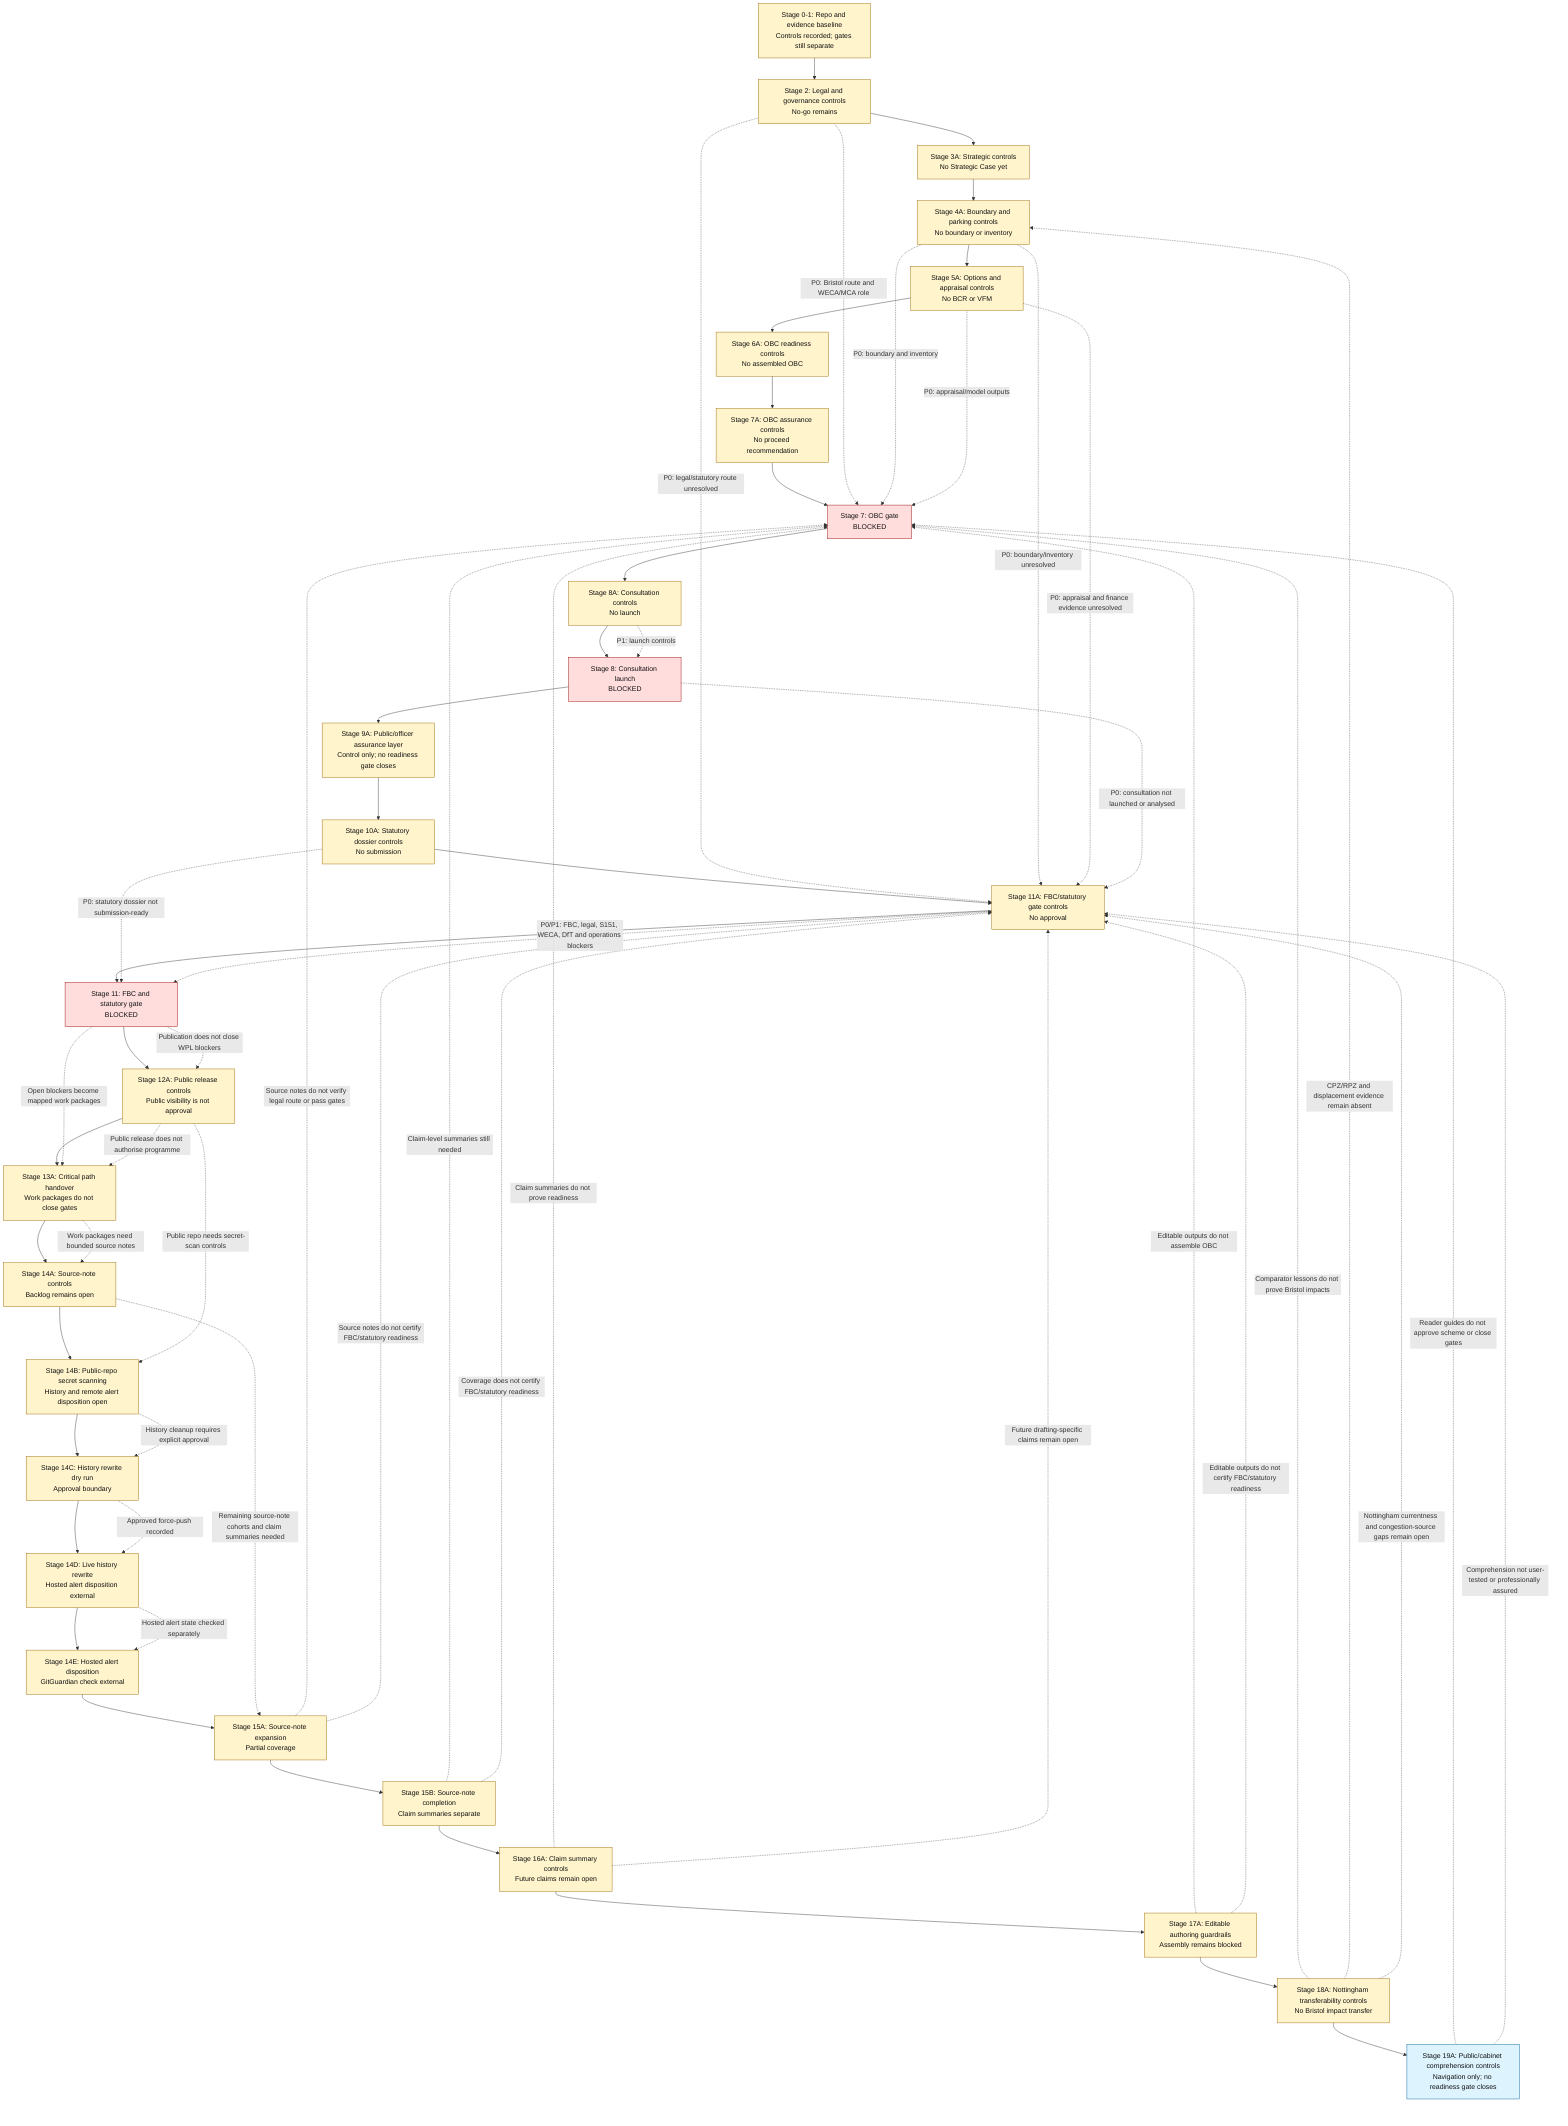
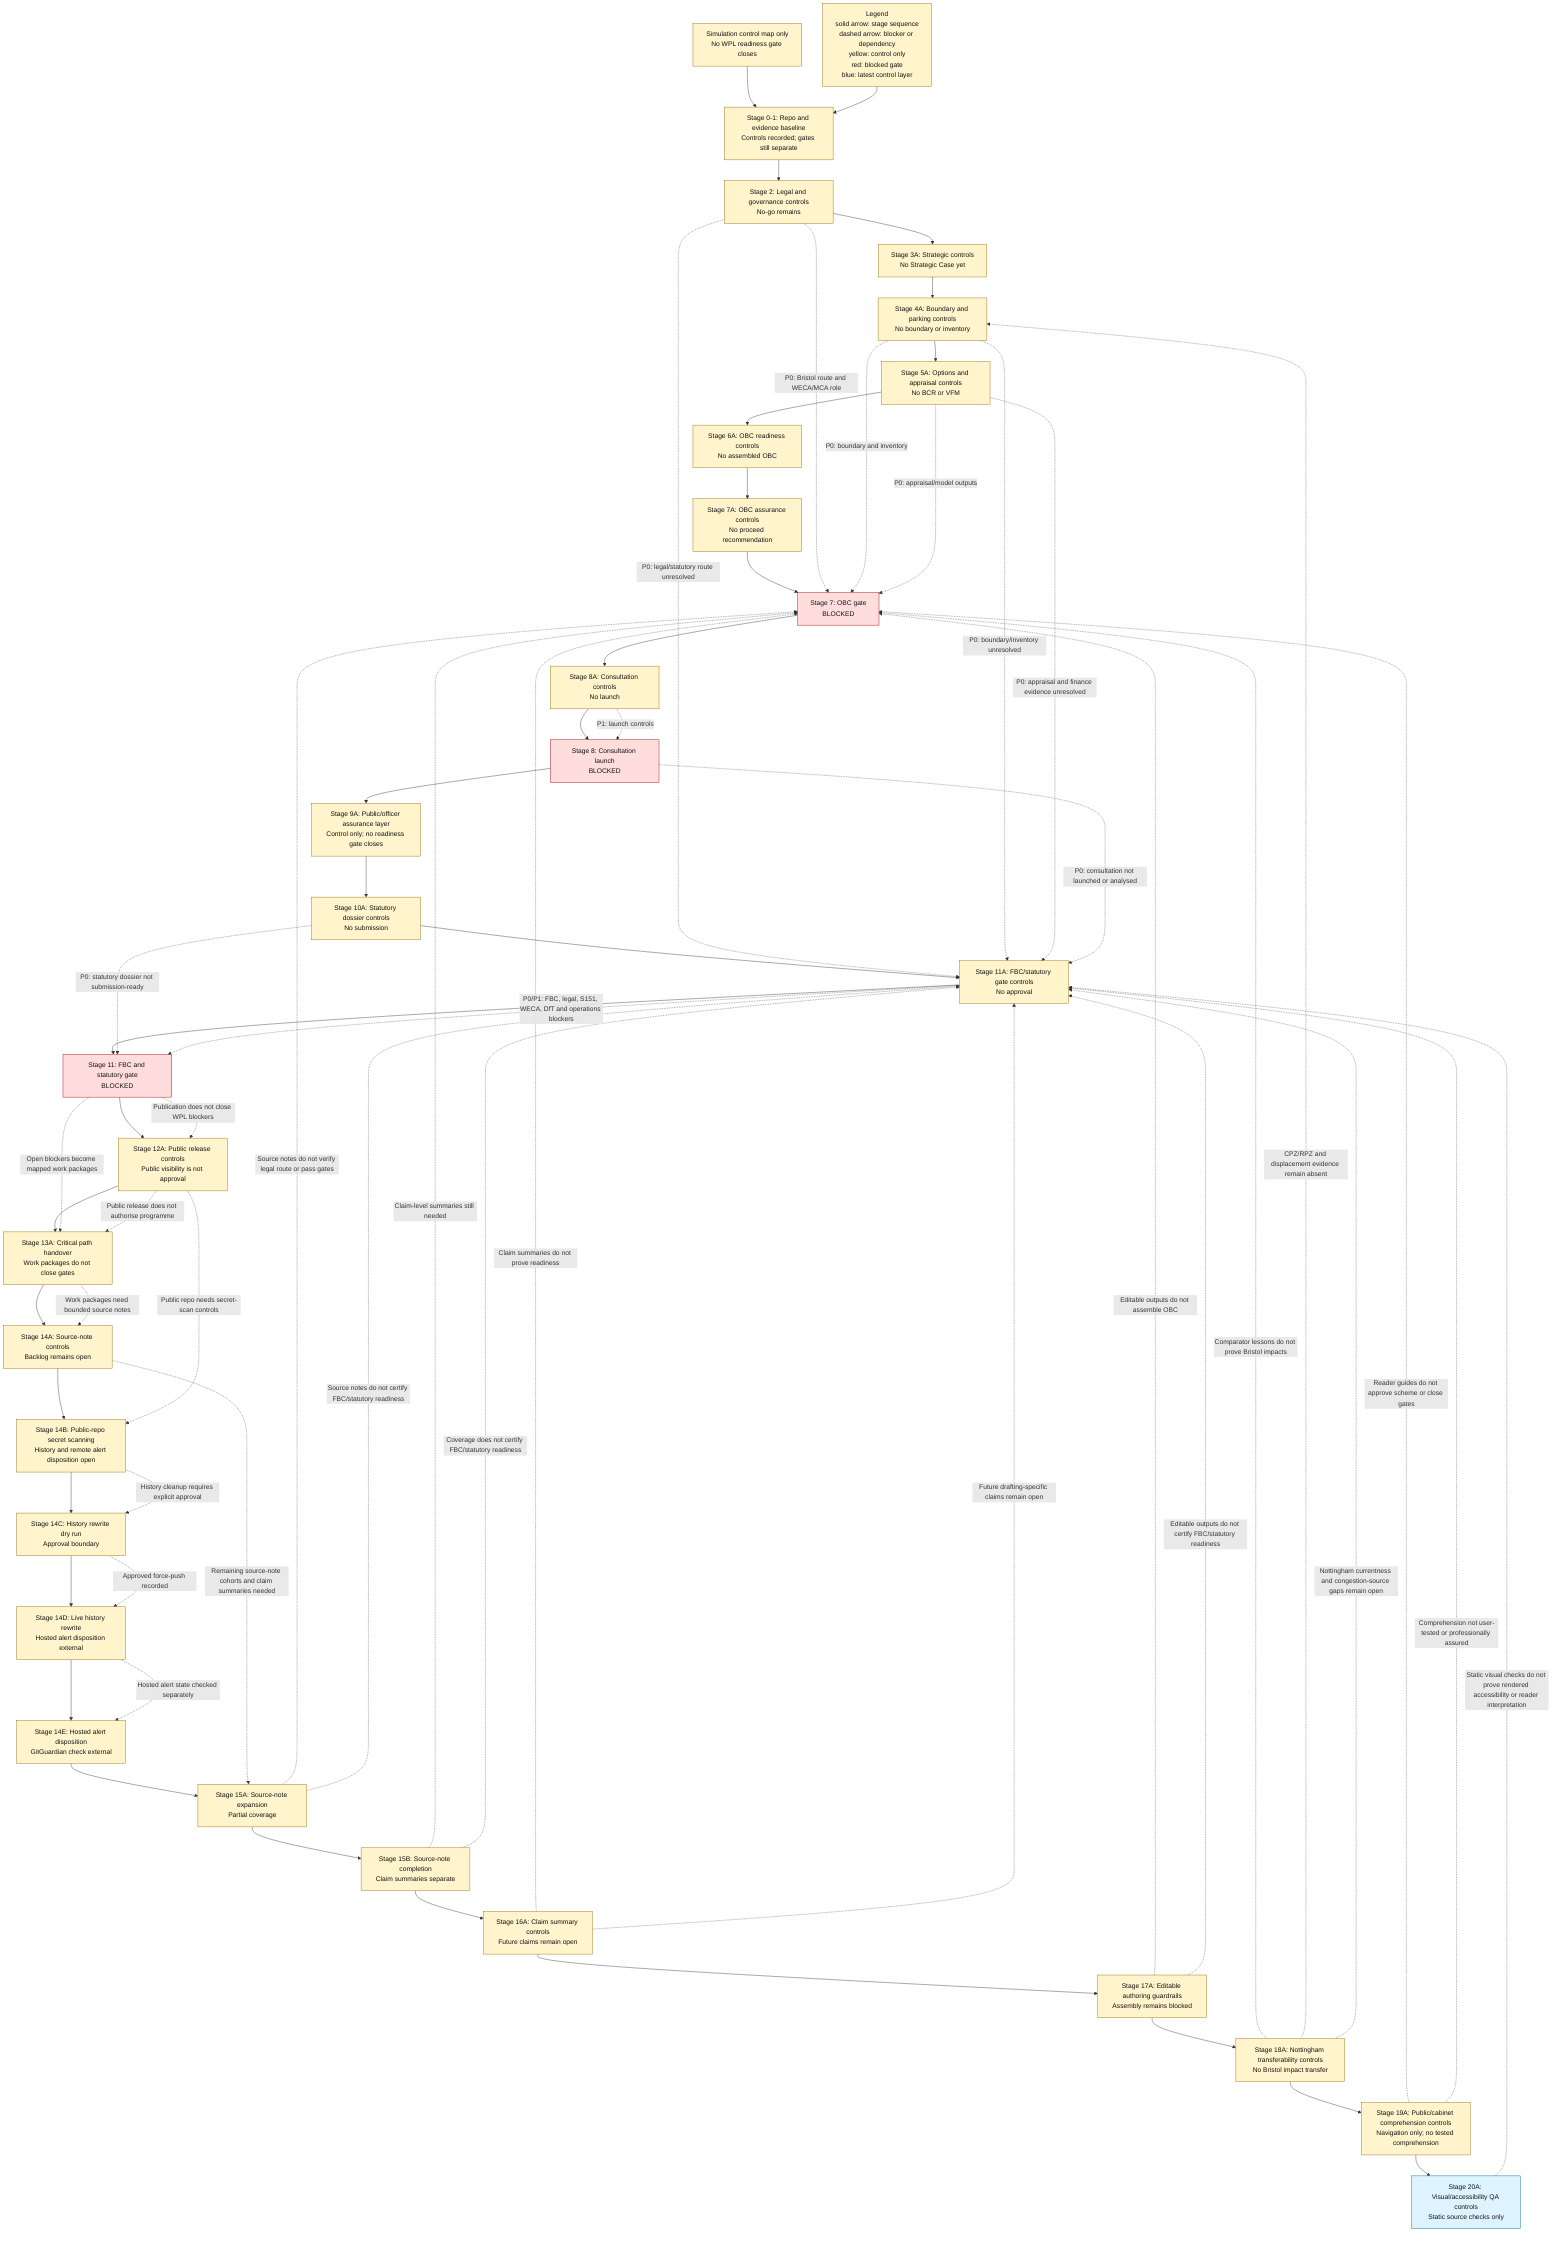
flowchart TD
+     Caption["Simulation control map only<br/>No WPL readiness gate closes"]
+     Legend["Legend<br/>solid arrow: stage sequence<br/>dashed arrow: blocker or dependency<br/>yellow: control only<br/>red: blocked gate<br/>blue: latest control layer"]
+     Caption --> A
+     Legend --> A
    A["Stage 0-1: Repo and evidence baseline<br/>Controls recorded; gates still separate"] --> B["Stage 2: Legal and governance controls<br/>No-go remains"]
    B --> C["Stage 3A: Strategic controls<br/>No Strategic Case yet"]
    C --> D["Stage 4A: Boundary and parking controls<br/>No boundary or inventory"]
    D --> E["Stage 5A: Options and appraisal controls<br/>No BCR or VFM"]
    E --> F["Stage 6A: OBC readiness controls<br/>No assembled OBC"]
    F --> F2["Stage 7A: OBC assurance controls<br/>No proceed recommendation"]
    F2 --> G["Stage 7: OBC gate<br/>BLOCKED"]
    G --> H["Stage 8A: Consultation controls<br/>No launch"]
    H --> I["Stage 8: Consultation launch<br/>BLOCKED"]
    I --> J["Stage 9A: Public/officer assurance layer<br/>Control only; no readiness gate closes"]
    J --> J2["Stage 10A: Statutory dossier controls<br/>No submission"]
    J2 --> K2["Stage 11A: FBC/statutory gate controls<br/>No approval"]
    K2 --> K["Stage 11: FBC and statutory gate<br/>BLOCKED"]
    K --> L["Stage 12A: Public release controls<br/>Public visibility is not approval"]
    L --> M["Stage 13A: Critical path handover<br/>Work packages do not close gates"]
    M --> N["Stage 14A: Source-note controls<br/>Backlog remains open"]
    N --> O["Stage 14B: Public-repo secret scanning<br/>History and remote alert disposition open"]
    O --> P["Stage 14C: History rewrite dry run<br/>Approval boundary"]
    P --> Q["Stage 14D: Live history rewrite<br/>Hosted alert disposition external"]
    Q --> R["Stage 14E: Hosted alert disposition<br/>GitGuardian check external"]
    R --> S["Stage 15A: Source-note expansion<br/>Partial coverage"]
    S --> T["Stage 15B: Source-note completion<br/>Claim summaries separate"]
    T --> U["Stage 16A: Claim summary controls<br/>Future claims remain open"]
    U --> V["Stage 17A: Editable authoring guardrails<br/>Assembly remains blocked"]
    V --> W["Stage 18A: Nottingham transferability controls<br/>No Bristol impact transfer"]
-     W --> X["Stage 19A: Public/cabinet comprehension controls<br/>Navigation only; no readiness gate closes"]
+     W --> X["Stage 19A: Public/cabinet comprehension controls<br/>Navigation only; no tested comprehension"]
+     X --> Y["Stage 20A: Visual/accessibility QA controls<br/>Static source checks only"]

    B -. "P0: Bristol route and WECA/MCA role" .-> G
    D -. "P0: boundary and inventory" .-> G
    E -. "P0: appraisal/model outputs" .-> G
    H -. "P1: launch controls" .-> I
    B -. "P0: legal/statutory route unresolved" .-> K2
    D -. "P0: boundary/inventory unresolved" .-> K2
    E -. "P0: appraisal and finance evidence unresolved" .-> K2
    I -. "P0: consultation not launched or analysed" .-> K2
    J2 -. "P0: statutory dossier not submission-ready" .-> K
    K2 -. "P0/P1: FBC, legal, S151, WECA, DfT and operations blockers" .-> K
    K -. "Publication does not close WPL blockers" .-> L
    K -. "Open blockers become mapped work packages" .-> M
    L -. "Public release does not authorise programme" .-> M
    M -. "Work packages need bounded source notes" .-> N
    L -. "Public repo needs secret-scan controls" .-> O
    O -. "History cleanup requires explicit approval" .-> P
    P -. "Approved force-push recorded" .-> Q
    Q -. "Hosted alert state checked separately" .-> R
    N -. "Remaining source-note cohorts and claim summaries needed" .-> S
    S -. "Source notes do not verify legal route or pass gates" .-> G
    S -. "Source notes do not certify FBC/statutory readiness" .-> K2
    T -. "Claim-level summaries still needed" .-> G
    T -. "Coverage does not certify FBC/statutory readiness" .-> K2
    U -. "Claim summaries do not prove readiness" .-> G
    U -. "Future drafting-specific claims remain open" .-> K2
    V -. "Editable outputs do not assemble OBC" .-> G
    V -. "Editable outputs do not certify FBC/statutory readiness" .-> K2
    W -. "Comparator lessons do not prove Bristol impacts" .-> G
    W -. "CPZ/RPZ and displacement evidence remain absent" .-> D
    W -. "Nottingham currentness and congestion-source gaps remain open" .-> K2
    X -. "Reader guides do not approve scheme or close gates" .-> G
    X -. "Comprehension not user-tested or professionally assured" .-> K2
+     Y -. "Static visual checks do not prove rendered accessibility or reader interpretation" .-> K2

    classDef blocked fill:#ffdddd,stroke:#990000,color:#111111;
    classDef control fill:#fff4cc,stroke:#996600,color:#111111;
    classDef current fill:#ddf4ff,stroke:#005f99,color:#111111;

    class G,I,K blocked;
-     class A,B,C,D,E,F,F2,H,J,J2,K2,L,M,N,O,P,Q,R,S,T,U,V,W control;
-     class X current;
+     class A,B,C,D,E,F,F2,H,J,J2,K2,L,M,N,O,P,Q,R,S,T,U,V,W,X,Caption,Legend control;
+     class Y current;
